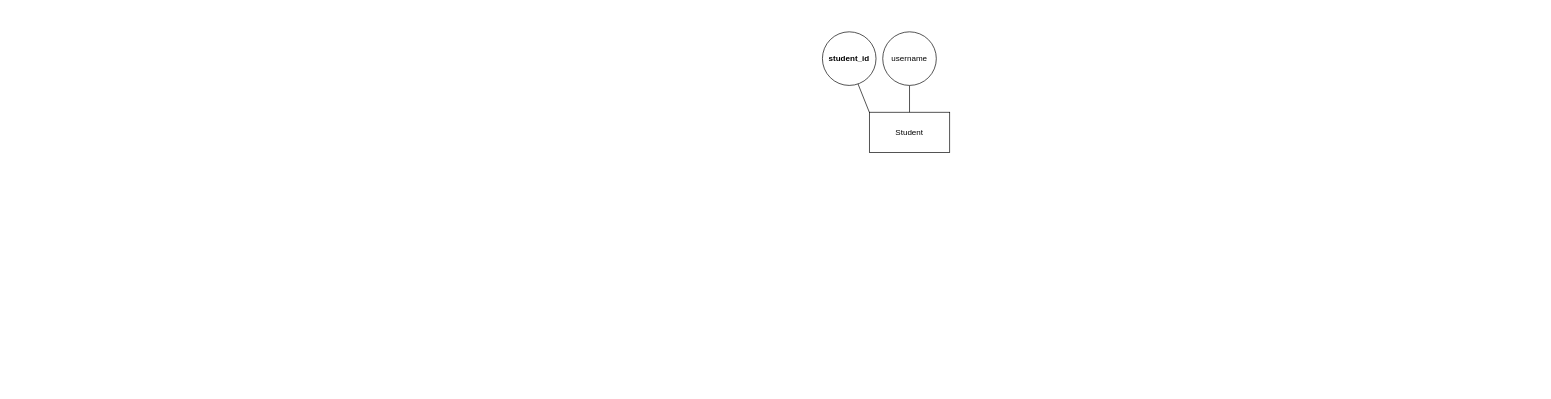
The draw.io diagram basis-data/Untitled Diagram.drawio in aziemp66/draw-io-sketches, before the edit. Source tidied: cells renumbered, new cells numbered last; positions are measured from the earlier drawing's top-left corner, leaving out a move shared by most shapes. Both pictures are drawn from the tidied source at 67%, with x=0, y=0 at pixel (822, 31).
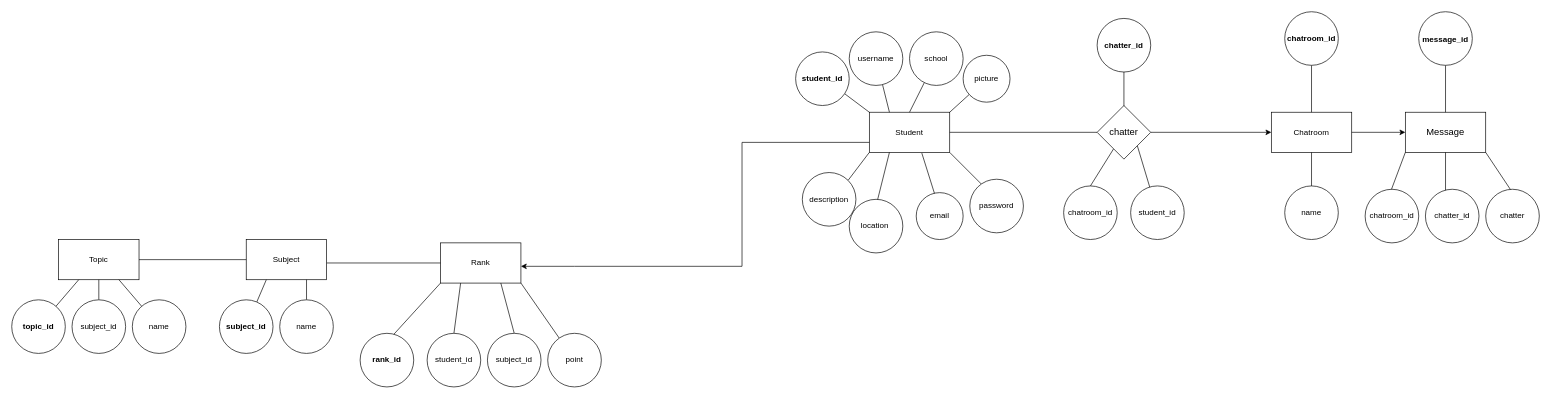
The same page after the edit.

Unchanged cells that the change refers to:
```xml
<mxCell id="2" value="Student" style="rounded=0;whiteSpace=wrap;html=1;" parent="1" vertex="1">
  <mxGeometry x="70" y="120" width="120" height="60" as="geometry" />
</mxCell>
```

What changed in the source:
```diff
@@
     <mxCell id="3" style="endArrow=none;html=1;rounded=0;entryX=0;entryY=0;entryDx=0;entryDy=0;" parent="1" edge="1" target="2">
       <mxGeometry relative="1" as="geometry">
-        <mxPoint x="50" y="70" as="sourcePoint" />
+        <mxPoint x="30" y="90" as="sourcePoint" />
       </mxGeometry>
     </mxCell>
     <mxCell id="4" value="&lt;b&gt;student_id&lt;/b&gt;" style="ellipse;whiteSpace=wrap;html=1;" parent="1" vertex="1">
-      <mxGeometry width="80" height="80" as="geometry" />
+      <mxGeometry x="-40" y="30" width="80" height="80" as="geometry" />
     </mxCell>
-    <mxCell id="5" style="endArrow=none;html=1;rounded=0;exitX=0.5;exitY=0;exitDx=0;exitDy=0;" parent="1" edge="1" source="2" target="6">
+    <mxCell id="5" style="endArrow=none;html=1;rounded=0;exitX=0.25;exitY=0;exitDx=0;exitDy=0;" parent="1" edge="1" source="2" target="6">
       <mxGeometry relative="1" as="geometry" />
     </mxCell>
     <mxCell id="6" value="username" style="ellipse;whiteSpace=wrap;html=1;" parent="1" vertex="1">
-      <mxGeometry x="90" width="80" height="80" as="geometry" />
+      <mxGeometry x="40" width="80" height="80" as="geometry" />
     </mxCell>
+    <mxCell id="7" style="endArrow=none;html=1;rounded=0;exitX=0.5;exitY=0;exitDx=0;exitDy=0;" parent="1" edge="1" source="2" target="8">
+      <mxGeometry relative="1" as="geometry" />
+    </mxCell>
+    <mxCell id="8" value="school" style="ellipse;whiteSpace=wrap;html=1;" parent="1" vertex="1">
+      <mxGeometry x="130" width="80" height="80" as="geometry" />
+    </mxCell>
+    <mxCell id="9" style="endArrow=none;html=1;rounded=0;exitX=1;exitY=0;exitDx=0;exitDy=0;" parent="1" edge="1" source="2" target="10">
+      <mxGeometry relative="1" as="geometry" />
+    </mxCell>
+    <mxCell id="10" value="picture" style="ellipse;whiteSpace=wrap;html=1;" parent="1" vertex="1">
+      <mxGeometry x="210" y="35" width="70" height="70" as="geometry" />
+    </mxCell>
+    <mxCell id="11" style="endArrow=none;html=1;rounded=0;entryX=0;entryY=1;entryDx=0;entryDy=0;exitX=0;exitY=0;exitDx=0;exitDy=0;" parent="1" edge="1" source="12" target="2">
+      <mxGeometry relative="1" as="geometry" />
+    </mxCell>
+    <mxCell id="12" value="description" style="ellipse;whiteSpace=wrap;html=1;direction=south;" parent="1" vertex="1">
+      <mxGeometry x="-30" y="210" width="80" height="80" as="geometry" />
+    </mxCell>
+    <mxCell id="13" style="endArrow=none;html=1;rounded=0;entryX=0.25;entryY=1;entryDx=0;entryDy=0;" parent="1" edge="1" target="2">
+      <mxGeometry relative="1" as="geometry">
+        <mxPoint x="80" y="260" as="sourcePoint" />
+      </mxGeometry>
+    </mxCell>
+    <mxCell id="14" value="location&amp;nbsp;" style="ellipse;whiteSpace=wrap;html=1;" parent="1" vertex="1">
+      <mxGeometry x="40" y="250" width="80" height="80" as="geometry" />
+    </mxCell>
+    <mxCell id="15" style="endArrow=none;html=1;rounded=0;entryX=0.653;entryY=1.017;entryDx=0;entryDy=0;entryPerimeter=0;" parent="1" edge="1" target="2">
+      <mxGeometry relative="1" as="geometry">
+        <mxPoint x="170" y="250" as="sourcePoint" />
+      </mxGeometry>
+    </mxCell>
+    <mxCell id="16" value="email" style="ellipse;whiteSpace=wrap;html=1;" parent="1" vertex="1">
+      <mxGeometry x="140" y="240" width="70" height="70" as="geometry" />
+    </mxCell>
+    <mxCell id="17" style="endArrow=none;html=1;rounded=0;entryX=1;entryY=1;entryDx=0;entryDy=0;" parent="1" edge="1" target="2">
+      <mxGeometry relative="1" as="geometry">
+        <mxPoint x="240" y="230" as="sourcePoint" />
+      </mxGeometry>
+    </mxCell>
+    <mxCell id="18" value="password" style="ellipse;whiteSpace=wrap;html=1;" parent="1" vertex="1">
+      <mxGeometry x="220" y="220" width="80" height="80" as="geometry" />
+    </mxCell>
+    <mxCell id="19" style="endArrow=none;html=1;rounded=0;entryX=0.5;entryY=0;entryDx=0;entryDy=0;" parent="1" edge="1">
+      <mxGeometry relative="1" as="geometry">
+        <mxPoint x="450" y="50" as="sourcePoint" />
+        <mxPoint x="450" y="120" as="targetPoint" />
+      </mxGeometry>
+    </mxCell>
+    <mxCell id="20" value="&lt;b&gt;chatter_id&lt;/b&gt;" style="ellipse;whiteSpace=wrap;html=1;" parent="1" vertex="1">
+      <mxGeometry x="410" y="-20" width="80" height="80" as="geometry" />
+    </mxCell>
+    <mxCell id="21" style="endArrow=none;html=1;rounded=0;exitX=0.5;exitY=0;exitDx=0;exitDy=0;" parent="1" edge="1" source="22" target="33">
+      <mxGeometry relative="1" as="geometry" />
+    </mxCell>
+    <mxCell id="22" value="chatroom_id" style="ellipse;whiteSpace=wrap;html=1;" parent="1" vertex="1">
+      <mxGeometry x="360" y="230" width="80" height="80" as="geometry" />
+    </mxCell>
+    <mxCell id="23" value="student_id" style="ellipse;whiteSpace=wrap;html=1;" parent="1" vertex="1">
+      <mxGeometry x="460" y="230" width="80" height="80" as="geometry" />
+    </mxCell>
+    <mxCell id="24" style="endArrow=none;html=1;rounded=0;entryX=1;entryY=1;entryDx=0;entryDy=0;" parent="1" edge="1" source="23" target="33">
+      <mxGeometry relative="1" as="geometry" />
+    </mxCell>
+    <mxCell id="25" style="endArrow=classic;html=1;rounded=0;exitX=1;exitY=0.5;exitDx=0;exitDy=0;" parent="1" edge="1" source="33">
+      <mxGeometry relative="1" as="geometry">
+        <mxPoint x="670" y="150" as="targetPoint" />
+      </mxGeometry>
+    </mxCell>
+    <mxCell id="26" style="endArrow=none;html=1;rounded=0;exitX=1;exitY=0.5;exitDx=0;exitDy=0;entryX=0;entryY=0.5;entryDx=0;entryDy=0;" parent="1" edge="1" source="2" target="33">
+      <mxGeometry relative="1" as="geometry" />
+    </mxCell>
+    <mxCell id="27" value="Chatroom" style="rounded=0;whiteSpace=wrap;html=1;" parent="1" vertex="1">
+      <mxGeometry x="670" y="120" width="120" height="60" as="geometry" />
+    </mxCell>
+    <mxCell id="28" style="endArrow=none;html=1;rounded=0;entryX=0.5;entryY=0;entryDx=0;entryDy=0;" parent="1" edge="1" target="27">
+      <mxGeometry relative="1" as="geometry">
+        <mxPoint x="730" y="50" as="sourcePoint" />
+      </mxGeometry>
+    </mxCell>
+    <mxCell id="29" value="&lt;b&gt;chatroom_id&lt;/b&gt;" style="ellipse;whiteSpace=wrap;html=1;" parent="1" vertex="1">
+      <mxGeometry x="690" y="-30" width="80" height="80" as="geometry" />
+    </mxCell>
+    <mxCell id="30" style="endArrow=none;html=1;rounded=0;" parent="1" edge="1" source="27" target="31">
+      <mxGeometry relative="1" as="geometry" />
+    </mxCell>
+    <mxCell id="31" value="name" style="ellipse;whiteSpace=wrap;html=1;" parent="1" vertex="1">
+      <mxGeometry x="690" y="230" width="80" height="80" as="geometry" />
+    </mxCell>
+    <mxCell id="32" style="endArrow=classic;html=1;rounded=0;exitX=1;exitY=0.5;exitDx=0;exitDy=0;" parent="1" edge="1" source="27" target="34">
+      <mxGeometry relative="1" as="geometry" />
+    </mxCell>
+    <mxCell id="33" value="&lt;font style=&quot;font-size: 14px;&quot;&gt;chatter&lt;/font&gt;" style="rhombus;whiteSpace=wrap;html=1;" parent="1" vertex="1">
+      <mxGeometry x="410" y="110" width="80" height="80" as="geometry" />
+    </mxCell>
+    <mxCell id="34" value="Message" style="rounded=0;whiteSpace=wrap;html=1;fontSize=14;" parent="1" vertex="1">
+      <mxGeometry x="870" y="120" width="120" height="60" as="geometry" />
+    </mxCell>
+    <mxCell id="35" style="endArrow=none;html=1;rounded=0;fontSize=14;entryX=0.5;entryY=0;entryDx=0;entryDy=0;" parent="1" edge="1" target="34">
+      <mxGeometry relative="1" as="geometry">
+        <mxPoint x="930" y="50" as="sourcePoint" />
+      </mxGeometry>
+    </mxCell>
+    <mxCell id="36" value="&lt;b&gt;&lt;font style=&quot;font-size: 12px;&quot;&gt;message_id&lt;/font&gt;&lt;/b&gt;" style="ellipse;whiteSpace=wrap;html=1;fontSize=14;" parent="1" vertex="1">
+      <mxGeometry x="890" y="-30" width="80" height="80" as="geometry" />
+    </mxCell>
+    <mxCell id="37" style="endArrow=none;html=1;rounded=0;fontSize=12;entryX=0;entryY=1;entryDx=0;entryDy=0;" parent="1" edge="1" target="34">
+      <mxGeometry relative="1" as="geometry">
+        <mxPoint x="840" y="260" as="sourcePoint" />
+      </mxGeometry>
+    </mxCell>
+    <mxCell id="38" value="chatroom_id" style="ellipse;whiteSpace=wrap;html=1;fontSize=12;" parent="1" vertex="1">
+      <mxGeometry x="810" y="235" width="80" height="80" as="geometry" />
+    </mxCell>
+    <mxCell id="39" style="endArrow=none;html=1;rounded=0;fontSize=12;entryX=0.5;entryY=1;entryDx=0;entryDy=0;" parent="1" edge="1" target="34">
+      <mxGeometry relative="1" as="geometry">
+        <mxPoint x="930" y="250" as="sourcePoint" />
+      </mxGeometry>
+    </mxCell>
+    <mxCell id="40" value="chatter_id" style="ellipse;whiteSpace=wrap;html=1;fontSize=12;" parent="1" vertex="1">
+      <mxGeometry x="900" y="235" width="80" height="80" as="geometry" />
+    </mxCell>
+    <mxCell id="41" style="endArrow=none;html=1;rounded=0;fontSize=12;entryX=1;entryY=1;entryDx=0;entryDy=0;" parent="1" edge="1" target="34">
+      <mxGeometry relative="1" as="geometry">
+        <mxPoint x="1030" y="240" as="sourcePoint" />
+      </mxGeometry>
+    </mxCell>
+    <mxCell id="42" value="chatter" style="ellipse;whiteSpace=wrap;html=1;fontSize=12;" parent="1" vertex="1">
+      <mxGeometry x="990" y="235" width="80" height="80" as="geometry" />
+    </mxCell>
+    <mxCell id="43" style="endArrow=none;html=1;rounded=0;fontSize=12;exitX=0;exitY=0.75;exitDx=0;exitDy=0;" parent="1" edge="1" source="2">
+      <mxGeometry relative="1" as="geometry">
+        <mxPoint x="-370" y="350" as="targetPoint" />
+        <Array as="points">
+          <mxPoint x="-120" y="165" />
+          <mxPoint x="-120" y="350" />
+        </Array>
+      </mxGeometry>
+    </mxCell>
+    <mxCell id="44" value="Rank" style="rounded=0;whiteSpace=wrap;html=1;fontSize=12;" parent="1" vertex="1">
+      <mxGeometry x="-570" y="315" width="120" height="60" as="geometry" />
+    </mxCell>
+    <mxCell id="45" style="endArrow=none;html=1;rounded=0;fontSize=12;entryX=0;entryY=1;entryDx=0;entryDy=0;exitX=0.62;exitY=0.028;exitDx=0;exitDy=0;exitPerimeter=0;" parent="1" edge="1" source="46" target="44">
+      <mxGeometry relative="1" as="geometry" />
+    </mxCell>
+    <mxCell id="46" value="&lt;b&gt;rank_id&lt;/b&gt;" style="ellipse;whiteSpace=wrap;html=1;fontSize=12;" parent="1" vertex="1">
+      <mxGeometry x="-690" y="450" width="80" height="80" as="geometry" />
+    </mxCell>
+    <mxCell id="47" style="endArrow=none;html=1;rounded=0;fontSize=12;entryX=0.25;entryY=1;entryDx=0;entryDy=0;exitX=0.5;exitY=0;exitDx=0;exitDy=0;" parent="1" edge="1" source="48" target="44">
+      <mxGeometry relative="1" as="geometry" />
+    </mxCell>
+    <mxCell id="48" value="student_id" style="ellipse;whiteSpace=wrap;html=1;fontSize=12;" parent="1" vertex="1">
+      <mxGeometry x="-590" y="450" width="80" height="80" as="geometry" />
+    </mxCell>
+    <mxCell id="49" style="endArrow=none;html=1;rounded=0;fontSize=12;entryX=0.75;entryY=1;entryDx=0;entryDy=0;exitX=0.5;exitY=0;exitDx=0;exitDy=0;" parent="1" edge="1" source="50" target="44">
+      <mxGeometry relative="1" as="geometry" />
+    </mxCell>
+    <mxCell id="50" value="subject_id" style="ellipse;whiteSpace=wrap;html=1;fontSize=12;" parent="1" vertex="1">
+      <mxGeometry x="-500" y="450" width="80" height="80" as="geometry" />
+    </mxCell>
+    <mxCell id="51" style="endArrow=none;html=1;rounded=0;fontSize=12;exitX=1;exitY=1;exitDx=0;exitDy=0;" parent="1" edge="1" source="44" target="52">
+      <mxGeometry relative="1" as="geometry" />
+    </mxCell>
+    <mxCell id="52" value="point" style="ellipse;whiteSpace=wrap;html=1;fontSize=12;" parent="1" vertex="1">
+      <mxGeometry x="-410" y="450" width="80" height="80" as="geometry" />
+    </mxCell>
+    <mxCell id="53" style="endArrow=none;html=1;rounded=0;fontSize=12;exitX=0;exitY=0.5;exitDx=0;exitDy=0;" parent="1" edge="1" source="44">
+      <mxGeometry relative="1" as="geometry">
+        <mxPoint x="-740" y="345" as="targetPoint" />
+      </mxGeometry>
+    </mxCell>
+    <mxCell id="54" style="endArrow=classic;html=1;rounded=0;fontSize=12;" parent="1" edge="1">
+      <mxGeometry relative="1" as="geometry">
+        <mxPoint x="-370" y="350" as="sourcePoint" />
+        <mxPoint x="-450" y="350" as="targetPoint" />
+      </mxGeometry>
+    </mxCell>
+    <mxCell id="55" value="Subject" style="rounded=0;whiteSpace=wrap;html=1;fontSize=12;" parent="1" vertex="1">
+      <mxGeometry x="-860" y="310" width="120" height="60" as="geometry" />
+    </mxCell>
+    <mxCell id="56" style="endArrow=none;html=1;rounded=0;fontSize=12;exitX=0.25;exitY=1;exitDx=0;exitDy=0;" parent="1" edge="1" source="55" target="57">
+      <mxGeometry relative="1" as="geometry" />
+    </mxCell>
+    <mxCell id="57" value="&lt;b&gt;subject_id&lt;/b&gt;" style="ellipse;whiteSpace=wrap;html=1;fontSize=12;" parent="1" vertex="1">
+      <mxGeometry x="-900" y="400" width="80" height="80" as="geometry" />
+    </mxCell>
+    <mxCell id="58" style="endArrow=none;html=1;rounded=0;fontSize=12;exitX=0.75;exitY=1;exitDx=0;exitDy=0;" parent="1" edge="1" source="55" target="59">
+      <mxGeometry relative="1" as="geometry" />
+    </mxCell>
+    <mxCell id="59" value="name" style="ellipse;whiteSpace=wrap;html=1;fontSize=12;" parent="1" vertex="1">
+      <mxGeometry x="-810" y="400" width="80" height="80" as="geometry" />
+    </mxCell>
+    <mxCell id="60" style="endArrow=none;html=1;rounded=0;fontSize=12;exitX=0;exitY=0.5;exitDx=0;exitDy=0;" parent="1" edge="1" source="55">
+      <mxGeometry relative="1" as="geometry">
+        <mxPoint x="-1020" y="340" as="targetPoint" />
+      </mxGeometry>
+    </mxCell>
+    <mxCell id="61" value="Topic" style="rounded=0;whiteSpace=wrap;html=1;fontSize=12;" parent="1" vertex="1">
+      <mxGeometry x="-1140" y="310" width="120" height="60" as="geometry" />
+    </mxCell>
+    <mxCell id="62" style="endArrow=none;html=1;rounded=0;fontSize=12;exitX=0.25;exitY=1;exitDx=0;exitDy=0;" parent="1" edge="1" source="61" target="63">
+      <mxGeometry relative="1" as="geometry" />
+    </mxCell>
+    <mxCell id="63" value="&lt;b&gt;topic_id&lt;/b&gt;" style="ellipse;whiteSpace=wrap;html=1;fontSize=12;" parent="1" vertex="1">
+      <mxGeometry x="-1210" y="400" width="80" height="80" as="geometry" />
+    </mxCell>
+    <mxCell id="64" style="endArrow=none;html=1;rounded=0;fontSize=12;exitX=0.5;exitY=1;exitDx=0;exitDy=0;" parent="1" edge="1" source="61" target="65">
+      <mxGeometry relative="1" as="geometry" />
+    </mxCell>
+    <mxCell id="65" value="subject_id" style="ellipse;whiteSpace=wrap;html=1;fontSize=12;" parent="1" vertex="1">
+      <mxGeometry x="-1120" y="400" width="80" height="80" as="geometry" />
+    </mxCell>
+    <mxCell id="66" style="endArrow=none;html=1;rounded=0;fontSize=12;exitX=0.75;exitY=1;exitDx=0;exitDy=0;" parent="1" edge="1" source="61" target="67">
+      <mxGeometry relative="1" as="geometry" />
+    </mxCell>
+    <mxCell id="67" value="name" style="ellipse;whiteSpace=wrap;html=1;fontSize=12;" parent="1" vertex="1">
+      <mxGeometry x="-1030" y="400" width="80" height="80" as="geometry" />
+    </mxCell>
```
